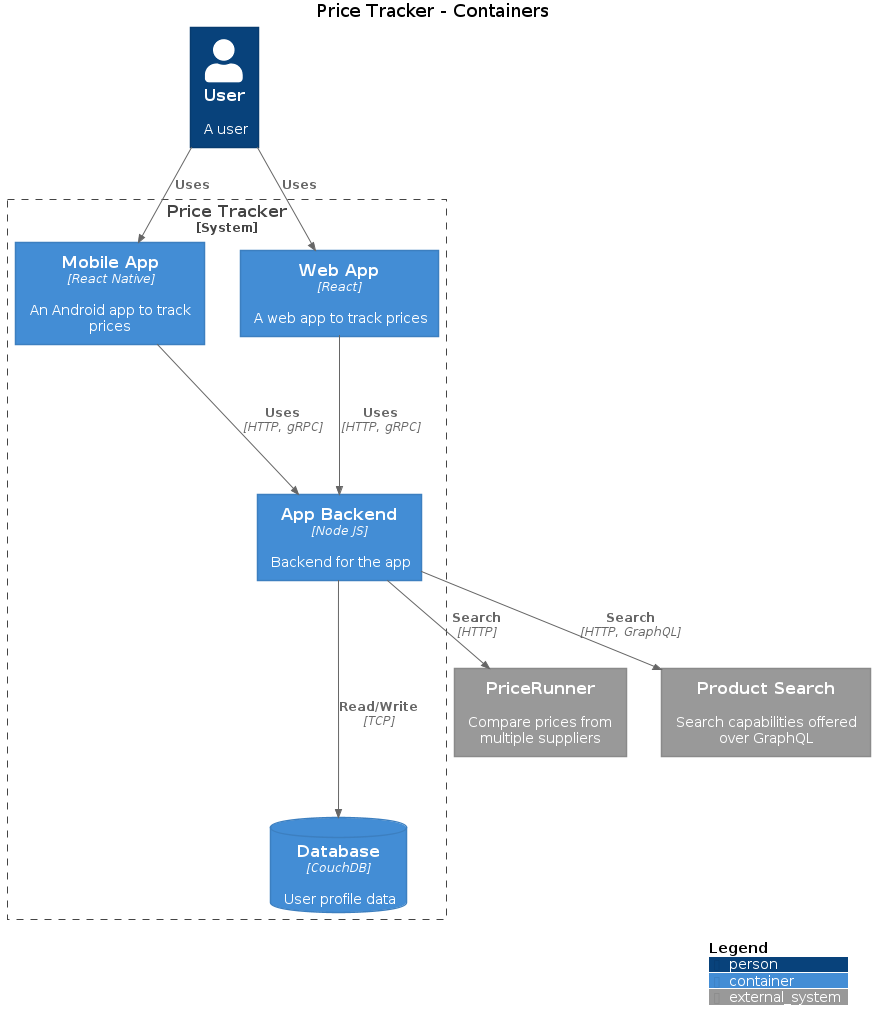
Earlier version of the PlantUML export images/structurizr-PriceTracker-Container.png (extenda/structurizr-to-png).
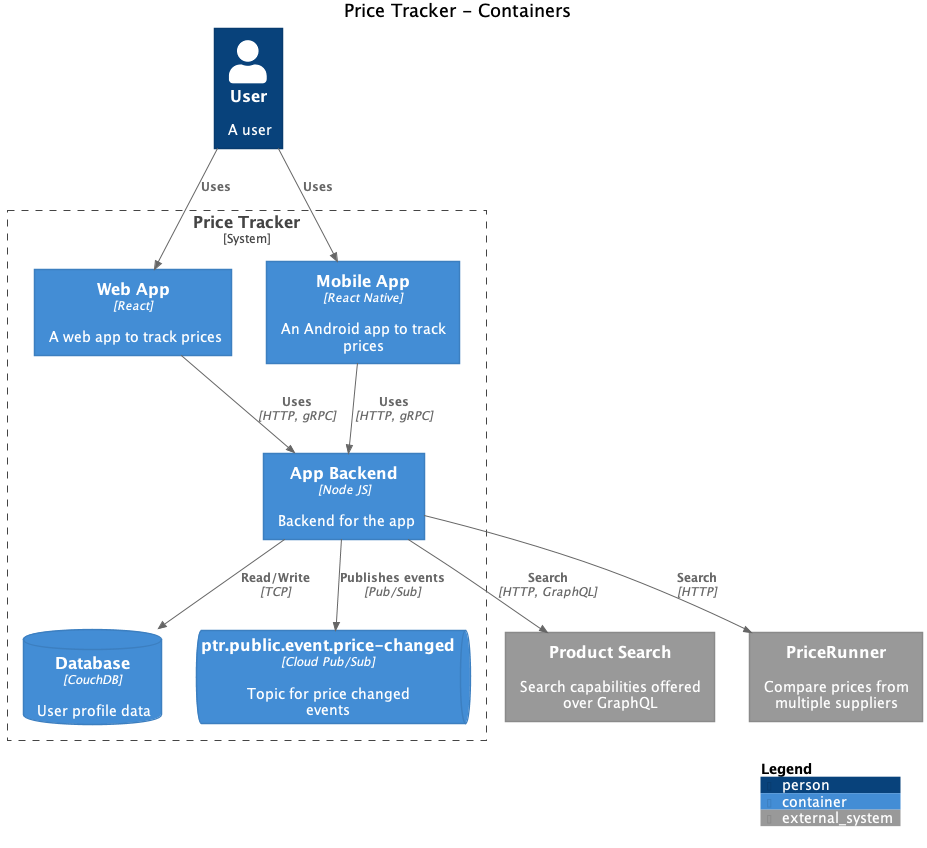
The same diagram one commit later.

Change to the diagram source:
```diff
@@ -1,27 +1,32 @@
-@startuml(id=PriceTracker-Container)
+@startuml
+title Price Tracker - Containers
+
+top to bottom direction
+
 !includeurl https://raw.githubusercontent.com/plantuml-stdlib/C4-PlantUML/master/C4.puml
 !includeurl https://raw.githubusercontent.com/plantuml-stdlib/C4-PlantUML/master/C4_Context.puml
 !includeurl https://raw.githubusercontent.com/plantuml-stdlib/C4-PlantUML/master/C4_Container.puml
-!includeurl https://raw.githubusercontent.com/plantuml-stdlib/C4-PlantUML/master/C4_Component.puml
 LAYOUT_WITH_LEGEND()
 
-title Price Tracker - Containers
+Person(1, "User", "A user")
+System_Ext(2, "Product Search", "Search capabilities offered over GraphQL")
+System_Ext(3, "PriceRunner", "Compare prices from multiple suppliers")
 
-System_Ext(3, "PriceRunner", "Compare prices from multiple suppliers")
-System_Ext(2, "Product Search", "Search capabilities offered over GraphQL")
-Person(1, "User", "A user")
-System_Boundary(4_boundary, Price Tracker) {
+System_Boundary("4_boundary", "Price Tracker") {
+  Container(5, "Web App", "React", "A web app to track prices")
+  Container(6, "Mobile App", "React Native", "An Android app to track prices")
+  ContainerDb(7, "Database", "CouchDB", "User profile data")
   Container(8, "App Backend", "Node JS", "Backend for the app")
-  ContainerDb(7, "Database", "CouchDB", "User profile data")
-  Container(6, "Mobile App", "React Native", "An Android app to track prices")
-  Container(5, "Web App", "React", "A web app to track prices")
+  ContainerQueue(9, "ptr.public.event.price-changed", "Cloud Pub/Sub", "Topic for price changed events")
 }
-Rel_D(8, 7, "Read/Write", "TCP")
-Rel_D(8, 3, "Search", "HTTP")
-Rel_D(8, 2, "Search", "HTTP, GraphQL")
-Rel_D(6, 8, "Uses", "HTTP, gRPC")
+
 Rel_D(1, 6, "Uses")
 Rel_D(1, 5, "Uses")
+Rel_D(6, 8, "Uses", "HTTP, gRPC")
 Rel_D(5, 8, "Uses", "HTTP, gRPC")
+Rel_D(8, 7, "Read/Write", "TCP")
+Rel_D(8, 2, "Search", "HTTP, GraphQL")
+Rel_D(8, 3, "Search", "HTTP")
+Rel_D(8, 9, "Publishes events", "Pub/Sub")
 SHOW_DYNAMIC_LEGEND()
 @enduml
```
